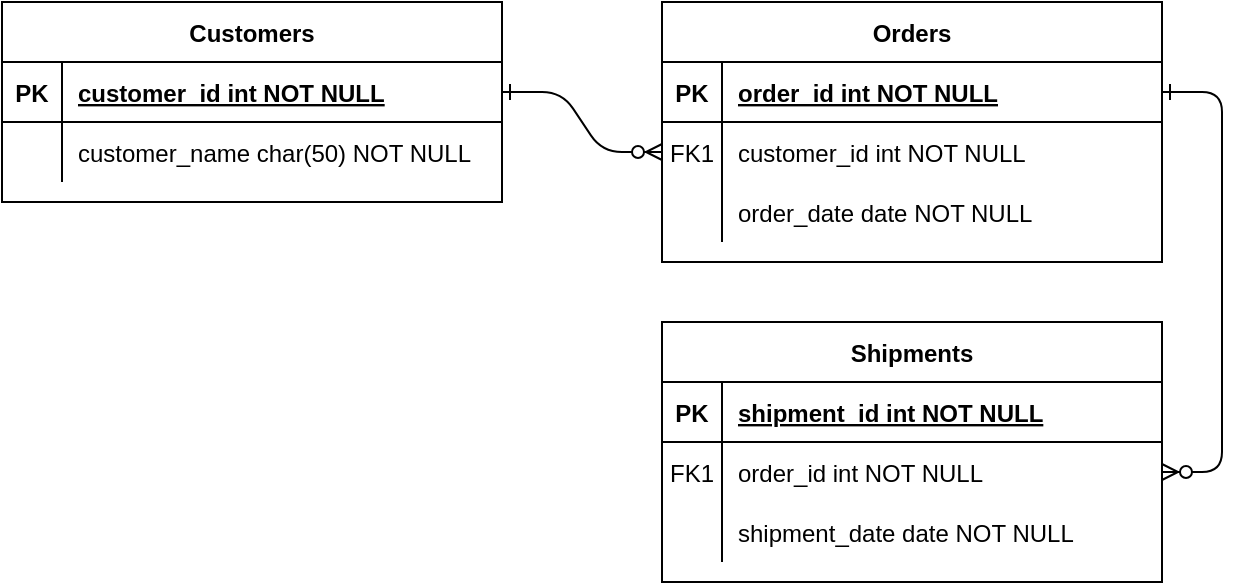
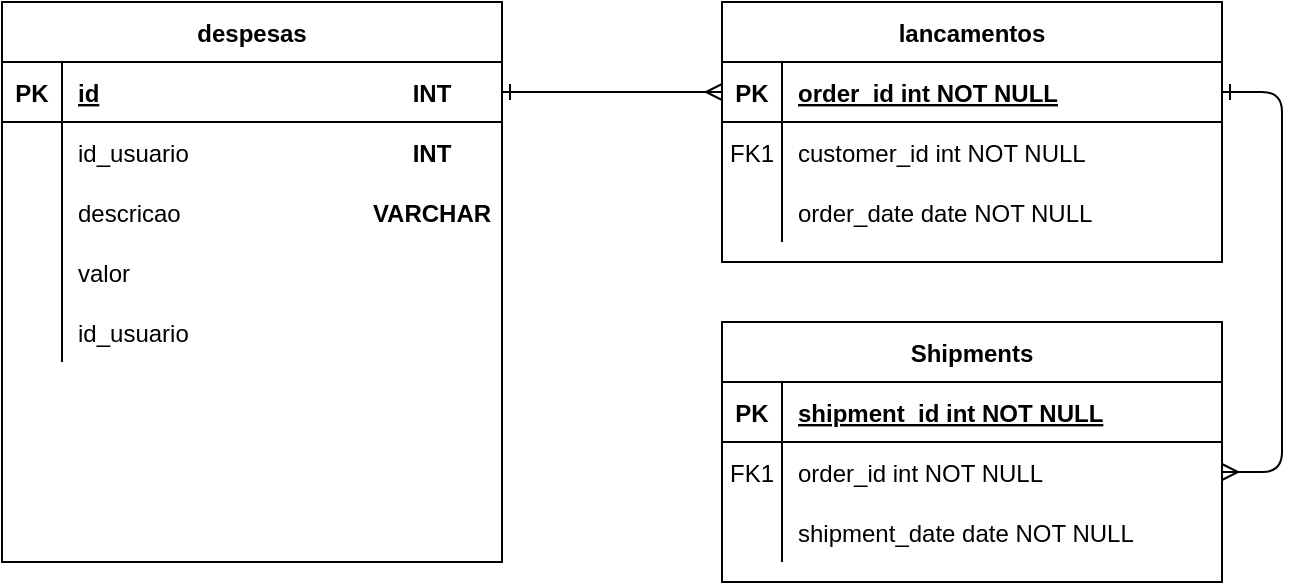
<mxfile host="app.diagrams.net" agent="Mozilla/5.0 (Windows NT 10.0; Win64; x64) AppleWebKit/537.36 (KHTML, like Gecko) Chrome/129.0.0.0 Safari/537.36" version="24.7.16">
  <diagram id="R2lEEEUBdFMjLlhIrx00" name="Page-1">
-     <mxGraphModel dx="1223" dy="797" grid="1" gridSize="10" guides="1" tooltips="1" connect="1" arrows="1" fold="1" page="1" pageScale="1" pageWidth="850" pageHeight="1100" math="0" shadow="0" extFonts="Permanent Marker^https://fonts.googleapis.com/css?family=Permanent+Marker">
+     <mxGraphModel dx="1695" dy="780" grid="1" gridSize="10" guides="1" tooltips="1" connect="1" arrows="1" fold="1" page="1" pageScale="1" pageWidth="1169" pageHeight="827" math="0" shadow="0" extFonts="Permanent Marker^https://fonts.googleapis.com/css?family=Permanent+Marker">
      <root>
        <mxCell id="0" />
        <mxCell id="1" parent="0" />
-         <mxCell id="C-vyLk0tnHw3VtMMgP7b-1" value="" style="edgeStyle=entityRelationEdgeStyle;endArrow=ERzeroToMany;startArrow=ERone;endFill=1;startFill=0;" parent="1" source="C-vyLk0tnHw3VtMMgP7b-24" target="C-vyLk0tnHw3VtMMgP7b-6" edge="1">
+         <mxCell id="C-vyLk0tnHw3VtMMgP7b-1" value="" style="edgeStyle=entityRelationEdgeStyle;endArrow=ERmany;startArrow=ERone;endFill=0;startFill=0;entryX=0;entryY=0.5;entryDx=0;entryDy=0;exitX=1;exitY=0.5;exitDx=0;exitDy=0;" parent="1" source="C-vyLk0tnHw3VtMMgP7b-24" target="C-vyLk0tnHw3VtMMgP7b-3" edge="1">
          <mxGeometry width="100" height="100" relative="1" as="geometry">
            <mxPoint x="340" y="720" as="sourcePoint" />
            <mxPoint x="440" y="620" as="targetPoint" />
          </mxGeometry>
        </mxCell>
-         <mxCell id="C-vyLk0tnHw3VtMMgP7b-12" value="" style="edgeStyle=entityRelationEdgeStyle;endArrow=ERzeroToMany;startArrow=ERone;endFill=1;startFill=0;" parent="1" source="C-vyLk0tnHw3VtMMgP7b-3" target="C-vyLk0tnHw3VtMMgP7b-17" edge="1">
+         <mxCell id="C-vyLk0tnHw3VtMMgP7b-12" value="" style="edgeStyle=entityRelationEdgeStyle;endArrow=ERmany;startArrow=ERone;endFill=0;startFill=0;strokeColor=default;" parent="1" source="C-vyLk0tnHw3VtMMgP7b-3" target="C-vyLk0tnHw3VtMMgP7b-17" edge="1">
          <mxGeometry width="100" height="100" relative="1" as="geometry">
            <mxPoint x="400" y="180" as="sourcePoint" />
            <mxPoint x="460" y="205" as="targetPoint" />
          </mxGeometry>
        </mxCell>
-         <mxCell id="C-vyLk0tnHw3VtMMgP7b-2" value="Orders" style="shape=table;startSize=30;container=1;collapsible=1;childLayout=tableLayout;fixedRows=1;rowLines=0;fontStyle=1;align=center;resizeLast=1;" parent="1" vertex="1">
+         <mxCell id="C-vyLk0tnHw3VtMMgP7b-2" value="lancamentos" style="shape=table;startSize=30;container=1;collapsible=1;childLayout=tableLayout;fixedRows=1;rowLines=0;fontStyle=1;align=center;resizeLast=1;" parent="1" vertex="1">
          <mxGeometry x="450" y="120" width="250" height="130" as="geometry" />
        </mxCell>
        <mxCell id="C-vyLk0tnHw3VtMMgP7b-3" value="" style="shape=partialRectangle;collapsible=0;dropTarget=0;pointerEvents=0;fillColor=none;points=[[0,0.5],[1,0.5]];portConstraint=eastwest;top=0;left=0;right=0;bottom=1;" parent="C-vyLk0tnHw3VtMMgP7b-2" vertex="1">
          <mxGeometry y="30" width="250" height="30" as="geometry" />
        </mxCell>
        <mxCell id="C-vyLk0tnHw3VtMMgP7b-4" value="PK" style="shape=partialRectangle;overflow=hidden;connectable=0;fillColor=none;top=0;left=0;bottom=0;right=0;fontStyle=1;" parent="C-vyLk0tnHw3VtMMgP7b-3" vertex="1">
-           <mxGeometry width="30" height="30" as="geometry" />
+           <mxGeometry width="30" height="30" as="geometry">
+             <mxRectangle width="30" height="30" as="alternateBounds" />
+           </mxGeometry>
        </mxCell>
        <mxCell id="C-vyLk0tnHw3VtMMgP7b-5" value="order_id int NOT NULL " style="shape=partialRectangle;overflow=hidden;connectable=0;fillColor=none;top=0;left=0;bottom=0;right=0;align=left;spacingLeft=6;fontStyle=5;" parent="C-vyLk0tnHw3VtMMgP7b-3" vertex="1">
-           <mxGeometry x="30" width="220" height="30" as="geometry" />
+           <mxGeometry x="30" width="220" height="30" as="geometry">
+             <mxRectangle width="220" height="30" as="alternateBounds" />
+           </mxGeometry>
        </mxCell>
        <mxCell id="C-vyLk0tnHw3VtMMgP7b-6" value="" style="shape=partialRectangle;collapsible=0;dropTarget=0;pointerEvents=0;fillColor=none;points=[[0,0.5],[1,0.5]];portConstraint=eastwest;top=0;left=0;right=0;bottom=0;" parent="C-vyLk0tnHw3VtMMgP7b-2" vertex="1">
          <mxGeometry y="60" width="250" height="30" as="geometry" />
        </mxCell>
        <mxCell id="C-vyLk0tnHw3VtMMgP7b-7" value="FK1" style="shape=partialRectangle;overflow=hidden;connectable=0;fillColor=none;top=0;left=0;bottom=0;right=0;" parent="C-vyLk0tnHw3VtMMgP7b-6" vertex="1">
-           <mxGeometry width="30" height="30" as="geometry" />
+           <mxGeometry width="30" height="30" as="geometry">
+             <mxRectangle width="30" height="30" as="alternateBounds" />
+           </mxGeometry>
        </mxCell>
        <mxCell id="C-vyLk0tnHw3VtMMgP7b-8" value="customer_id int NOT NULL" style="shape=partialRectangle;overflow=hidden;connectable=0;fillColor=none;top=0;left=0;bottom=0;right=0;align=left;spacingLeft=6;" parent="C-vyLk0tnHw3VtMMgP7b-6" vertex="1">
-           <mxGeometry x="30" width="220" height="30" as="geometry" />
+           <mxGeometry x="30" width="220" height="30" as="geometry">
+             <mxRectangle width="220" height="30" as="alternateBounds" />
+           </mxGeometry>
        </mxCell>
        <mxCell id="C-vyLk0tnHw3VtMMgP7b-9" value="" style="shape=partialRectangle;collapsible=0;dropTarget=0;pointerEvents=0;fillColor=none;points=[[0,0.5],[1,0.5]];portConstraint=eastwest;top=0;left=0;right=0;bottom=0;" parent="C-vyLk0tnHw3VtMMgP7b-2" vertex="1">
          <mxGeometry y="90" width="250" height="30" as="geometry" />
        </mxCell>
        <mxCell id="C-vyLk0tnHw3VtMMgP7b-10" value="" style="shape=partialRectangle;overflow=hidden;connectable=0;fillColor=none;top=0;left=0;bottom=0;right=0;" parent="C-vyLk0tnHw3VtMMgP7b-9" vertex="1">
-           <mxGeometry width="30" height="30" as="geometry" />
+           <mxGeometry width="30" height="30" as="geometry">
+             <mxRectangle width="30" height="30" as="alternateBounds" />
+           </mxGeometry>
        </mxCell>
        <mxCell id="C-vyLk0tnHw3VtMMgP7b-11" value="order_date date NOT NULL" style="shape=partialRectangle;overflow=hidden;connectable=0;fillColor=none;top=0;left=0;bottom=0;right=0;align=left;spacingLeft=6;" parent="C-vyLk0tnHw3VtMMgP7b-9" vertex="1">
-           <mxGeometry x="30" width="220" height="30" as="geometry" />
+           <mxGeometry x="30" width="220" height="30" as="geometry">
+             <mxRectangle width="220" height="30" as="alternateBounds" />
+           </mxGeometry>
        </mxCell>
        <mxCell id="C-vyLk0tnHw3VtMMgP7b-13" value="Shipments" style="shape=table;startSize=30;container=1;collapsible=1;childLayout=tableLayout;fixedRows=1;rowLines=0;fontStyle=1;align=center;resizeLast=1;" parent="1" vertex="1">
          <mxGeometry x="450" y="280" width="250" height="130" as="geometry" />
        </mxCell>
        <mxCell id="C-vyLk0tnHw3VtMMgP7b-14" value="" style="shape=partialRectangle;collapsible=0;dropTarget=0;pointerEvents=0;fillColor=none;points=[[0,0.5],[1,0.5]];portConstraint=eastwest;top=0;left=0;right=0;bottom=1;" parent="C-vyLk0tnHw3VtMMgP7b-13" vertex="1">
          <mxGeometry y="30" width="250" height="30" as="geometry" />
        </mxCell>
        <mxCell id="C-vyLk0tnHw3VtMMgP7b-15" value="PK" style="shape=partialRectangle;overflow=hidden;connectable=0;fillColor=none;top=0;left=0;bottom=0;right=0;fontStyle=1;" parent="C-vyLk0tnHw3VtMMgP7b-14" vertex="1">
          <mxGeometry width="30" height="30" as="geometry" />
        </mxCell>
        <mxCell id="C-vyLk0tnHw3VtMMgP7b-16" value="shipment_id int NOT NULL " style="shape=partialRectangle;overflow=hidden;connectable=0;fillColor=none;top=0;left=0;bottom=0;right=0;align=left;spacingLeft=6;fontStyle=5;" parent="C-vyLk0tnHw3VtMMgP7b-14" vertex="1">
          <mxGeometry x="30" width="220" height="30" as="geometry" />
        </mxCell>
        <mxCell id="C-vyLk0tnHw3VtMMgP7b-17" value="" style="shape=partialRectangle;collapsible=0;dropTarget=0;pointerEvents=0;fillColor=none;points=[[0,0.5],[1,0.5]];portConstraint=eastwest;top=0;left=0;right=0;bottom=0;" parent="C-vyLk0tnHw3VtMMgP7b-13" vertex="1">
          <mxGeometry y="60" width="250" height="30" as="geometry" />
        </mxCell>
        <mxCell id="C-vyLk0tnHw3VtMMgP7b-18" value="FK1" style="shape=partialRectangle;overflow=hidden;connectable=0;fillColor=none;top=0;left=0;bottom=0;right=0;" parent="C-vyLk0tnHw3VtMMgP7b-17" vertex="1">
          <mxGeometry width="30" height="30" as="geometry" />
        </mxCell>
        <mxCell id="C-vyLk0tnHw3VtMMgP7b-19" value="order_id int NOT NULL" style="shape=partialRectangle;overflow=hidden;connectable=0;fillColor=none;top=0;left=0;bottom=0;right=0;align=left;spacingLeft=6;" parent="C-vyLk0tnHw3VtMMgP7b-17" vertex="1">
          <mxGeometry x="30" width="220" height="30" as="geometry" />
        </mxCell>
        <mxCell id="C-vyLk0tnHw3VtMMgP7b-20" value="" style="shape=partialRectangle;collapsible=0;dropTarget=0;pointerEvents=0;fillColor=none;points=[[0,0.5],[1,0.5]];portConstraint=eastwest;top=0;left=0;right=0;bottom=0;" parent="C-vyLk0tnHw3VtMMgP7b-13" vertex="1">
          <mxGeometry y="90" width="250" height="30" as="geometry" />
        </mxCell>
        <mxCell id="C-vyLk0tnHw3VtMMgP7b-21" value="" style="shape=partialRectangle;overflow=hidden;connectable=0;fillColor=none;top=0;left=0;bottom=0;right=0;" parent="C-vyLk0tnHw3VtMMgP7b-20" vertex="1">
          <mxGeometry width="30" height="30" as="geometry" />
        </mxCell>
        <mxCell id="C-vyLk0tnHw3VtMMgP7b-22" value="shipment_date date NOT NULL" style="shape=partialRectangle;overflow=hidden;connectable=0;fillColor=none;top=0;left=0;bottom=0;right=0;align=left;spacingLeft=6;" parent="C-vyLk0tnHw3VtMMgP7b-20" vertex="1">
          <mxGeometry x="30" width="220" height="30" as="geometry" />
        </mxCell>
-         <mxCell id="C-vyLk0tnHw3VtMMgP7b-23" value="Customers" style="shape=table;startSize=30;container=1;collapsible=1;childLayout=tableLayout;fixedRows=1;rowLines=0;fontStyle=1;align=center;resizeLast=1;" parent="1" vertex="1">
-           <mxGeometry x="120" y="120" width="250" height="100" as="geometry" />
+         <mxCell id="C-vyLk0tnHw3VtMMgP7b-23" value="despesas" style="shape=table;startSize=30;container=1;collapsible=1;childLayout=tableLayout;fixedRows=1;rowLines=0;fontStyle=1;align=center;resizeLast=1;" parent="1" vertex="1">
+           <mxGeometry x="90" y="120" width="250" height="280" as="geometry" />
        </mxCell>
        <mxCell id="C-vyLk0tnHw3VtMMgP7b-24" value="" style="shape=partialRectangle;collapsible=0;dropTarget=0;pointerEvents=0;fillColor=none;points=[[0,0.5],[1,0.5]];portConstraint=eastwest;top=0;left=0;right=0;bottom=1;" parent="C-vyLk0tnHw3VtMMgP7b-23" vertex="1">
          <mxGeometry y="30" width="250" height="30" as="geometry" />
        </mxCell>
        <mxCell id="C-vyLk0tnHw3VtMMgP7b-25" value="PK" style="shape=partialRectangle;overflow=hidden;connectable=0;fillColor=none;top=0;left=0;bottom=0;right=0;fontStyle=1;" parent="C-vyLk0tnHw3VtMMgP7b-24" vertex="1">
-           <mxGeometry width="30" height="30" as="geometry" />
+           <mxGeometry width="30" height="30" as="geometry">
+             <mxRectangle width="30" height="30" as="alternateBounds" />
+           </mxGeometry>
        </mxCell>
-         <mxCell id="C-vyLk0tnHw3VtMMgP7b-26" value="customer_id int NOT NULL " style="shape=partialRectangle;overflow=hidden;connectable=0;fillColor=none;top=0;left=0;bottom=0;right=0;align=left;spacingLeft=6;fontStyle=5;" parent="C-vyLk0tnHw3VtMMgP7b-24" vertex="1">
-           <mxGeometry x="30" width="220" height="30" as="geometry" />
+         <mxCell id="C-vyLk0tnHw3VtMMgP7b-26" value="id" style="shape=partialRectangle;overflow=hidden;connectable=0;fillColor=none;top=0;left=0;bottom=0;right=0;align=left;spacingLeft=6;fontStyle=5;" parent="C-vyLk0tnHw3VtMMgP7b-24" vertex="1">
+           <mxGeometry x="30" width="220" height="30" as="geometry">
+             <mxRectangle width="220" height="30" as="alternateBounds" />
+           </mxGeometry>
        </mxCell>
        <mxCell id="C-vyLk0tnHw3VtMMgP7b-27" value="" style="shape=partialRectangle;collapsible=0;dropTarget=0;pointerEvents=0;fillColor=none;points=[[0,0.5],[1,0.5]];portConstraint=eastwest;top=0;left=0;right=0;bottom=0;" parent="C-vyLk0tnHw3VtMMgP7b-23" vertex="1">
          <mxGeometry y="60" width="250" height="30" as="geometry" />
        </mxCell>
        <mxCell id="C-vyLk0tnHw3VtMMgP7b-28" value="" style="shape=partialRectangle;overflow=hidden;connectable=0;fillColor=none;top=0;left=0;bottom=0;right=0;" parent="C-vyLk0tnHw3VtMMgP7b-27" vertex="1">
-           <mxGeometry width="30" height="30" as="geometry" />
+           <mxGeometry width="30" height="30" as="geometry">
+             <mxRectangle width="30" height="30" as="alternateBounds" />
+           </mxGeometry>
        </mxCell>
-         <mxCell id="C-vyLk0tnHw3VtMMgP7b-29" value="customer_name char(50) NOT NULL" style="shape=partialRectangle;overflow=hidden;connectable=0;fillColor=none;top=0;left=0;bottom=0;right=0;align=left;spacingLeft=6;" parent="C-vyLk0tnHw3VtMMgP7b-27" vertex="1">
-           <mxGeometry x="30" width="220" height="30" as="geometry" />
+         <mxCell id="C-vyLk0tnHw3VtMMgP7b-29" value="id_usuario" style="shape=partialRectangle;overflow=hidden;connectable=0;fillColor=none;top=0;left=0;bottom=0;right=0;align=left;spacingLeft=6;" parent="C-vyLk0tnHw3VtMMgP7b-27" vertex="1">
+           <mxGeometry x="30" width="220" height="30" as="geometry">
+             <mxRectangle width="220" height="30" as="alternateBounds" />
+           </mxGeometry>
+         </mxCell>
+         <mxCell id="OjJDo9HqOIw3hjgMwxTd-9" value="" style="shape=partialRectangle;collapsible=0;dropTarget=0;pointerEvents=0;fillColor=none;points=[[0,0.5],[1,0.5]];portConstraint=eastwest;top=0;left=0;right=0;bottom=0;" vertex="1" parent="C-vyLk0tnHw3VtMMgP7b-23">
+           <mxGeometry y="90" width="250" height="30" as="geometry" />
+         </mxCell>
+         <mxCell id="OjJDo9HqOIw3hjgMwxTd-10" value="" style="shape=partialRectangle;overflow=hidden;connectable=0;fillColor=none;top=0;left=0;bottom=0;right=0;" vertex="1" parent="OjJDo9HqOIw3hjgMwxTd-9">
+           <mxGeometry width="30" height="30" as="geometry">
+             <mxRectangle width="30" height="30" as="alternateBounds" />
+           </mxGeometry>
+         </mxCell>
+         <mxCell id="OjJDo9HqOIw3hjgMwxTd-11" value="descricao" style="shape=partialRectangle;overflow=hidden;connectable=0;fillColor=none;top=0;left=0;bottom=0;right=0;align=left;spacingLeft=6;" vertex="1" parent="OjJDo9HqOIw3hjgMwxTd-9">
+           <mxGeometry x="30" width="220" height="30" as="geometry">
+             <mxRectangle width="220" height="30" as="alternateBounds" />
+           </mxGeometry>
+         </mxCell>
+         <mxCell id="OjJDo9HqOIw3hjgMwxTd-12" value="" style="shape=partialRectangle;collapsible=0;dropTarget=0;pointerEvents=0;fillColor=none;points=[[0,0.5],[1,0.5]];portConstraint=eastwest;top=0;left=0;right=0;bottom=0;" vertex="1" parent="C-vyLk0tnHw3VtMMgP7b-23">
+           <mxGeometry y="120" width="250" height="30" as="geometry" />
+         </mxCell>
+         <mxCell id="OjJDo9HqOIw3hjgMwxTd-13" value="" style="shape=partialRectangle;overflow=hidden;connectable=0;fillColor=none;top=0;left=0;bottom=0;right=0;" vertex="1" parent="OjJDo9HqOIw3hjgMwxTd-12">
+           <mxGeometry width="30" height="30" as="geometry">
+             <mxRectangle width="30" height="30" as="alternateBounds" />
+           </mxGeometry>
+         </mxCell>
+         <mxCell id="OjJDo9HqOIw3hjgMwxTd-14" value="valor" style="shape=partialRectangle;overflow=hidden;connectable=0;fillColor=none;top=0;left=0;bottom=0;right=0;align=left;spacingLeft=6;" vertex="1" parent="OjJDo9HqOIw3hjgMwxTd-12">
+           <mxGeometry x="30" width="220" height="30" as="geometry">
+             <mxRectangle width="220" height="30" as="alternateBounds" />
+           </mxGeometry>
+         </mxCell>
+         <mxCell id="OjJDo9HqOIw3hjgMwxTd-15" value="" style="shape=partialRectangle;collapsible=0;dropTarget=0;pointerEvents=0;fillColor=none;points=[[0,0.5],[1,0.5]];portConstraint=eastwest;top=0;left=0;right=0;bottom=0;" vertex="1" parent="C-vyLk0tnHw3VtMMgP7b-23">
+           <mxGeometry y="150" width="250" height="30" as="geometry" />
+         </mxCell>
+         <mxCell id="OjJDo9HqOIw3hjgMwxTd-16" value="" style="shape=partialRectangle;overflow=hidden;connectable=0;fillColor=none;top=0;left=0;bottom=0;right=0;" vertex="1" parent="OjJDo9HqOIw3hjgMwxTd-15">
+           <mxGeometry width="30" height="30" as="geometry">
+             <mxRectangle width="30" height="30" as="alternateBounds" />
+           </mxGeometry>
+         </mxCell>
+         <mxCell id="OjJDo9HqOIw3hjgMwxTd-17" value="id_usuario" style="shape=partialRectangle;overflow=hidden;connectable=0;fillColor=none;top=0;left=0;bottom=0;right=0;align=left;spacingLeft=6;" vertex="1" parent="OjJDo9HqOIw3hjgMwxTd-15">
+           <mxGeometry x="30" width="220" height="30" as="geometry">
+             <mxRectangle width="220" height="30" as="alternateBounds" />
+           </mxGeometry>
+         </mxCell>
+         <mxCell id="OjJDo9HqOIw3hjgMwxTd-4" value="INT" style="shape=partialRectangle;overflow=hidden;connectable=0;fillColor=none;top=0;left=0;bottom=0;right=0;fontStyle=1;" vertex="1" parent="1">
+           <mxGeometry x="270" y="180" width="70" height="30" as="geometry">
+             <mxRectangle width="30" height="30" as="alternateBounds" />
+           </mxGeometry>
+         </mxCell>
+         <mxCell id="OjJDo9HqOIw3hjgMwxTd-5" value="INT" style="shape=partialRectangle;overflow=hidden;connectable=0;fillColor=none;top=0;left=0;bottom=0;right=0;fontStyle=1;" vertex="1" parent="1">
+           <mxGeometry x="270" y="150" width="70" height="30" as="geometry">
+             <mxRectangle width="30" height="30" as="alternateBounds" />
+           </mxGeometry>
+         </mxCell>
+         <mxCell id="OjJDo9HqOIw3hjgMwxTd-7" value="VARCHAR" style="shape=partialRectangle;overflow=hidden;connectable=0;fillColor=none;top=0;left=0;bottom=0;right=0;fontStyle=1;" vertex="1" parent="1">
+           <mxGeometry x="270" y="210" width="70" height="30" as="geometry">
+             <mxRectangle width="30" height="30" as="alternateBounds" />
+           </mxGeometry>
        </mxCell>
      </root>
    </mxGraphModel>
  </diagram>
</mxfile>
